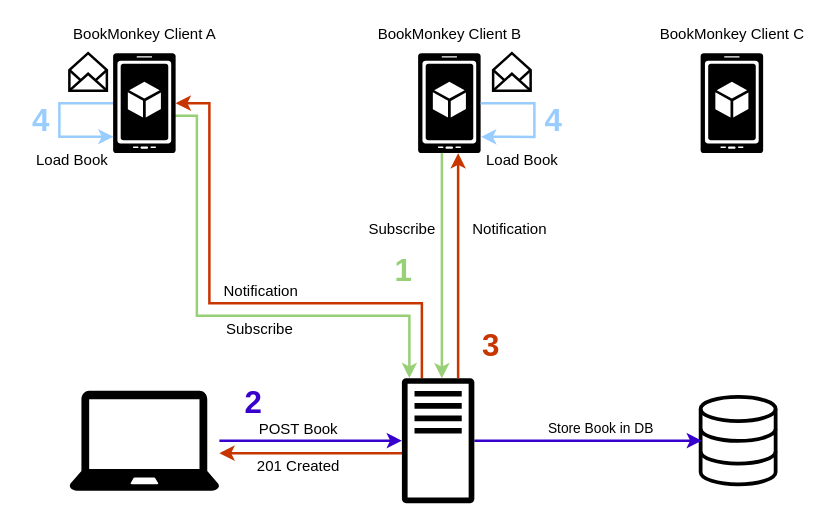
Before: blog/2019-07-progressive-web-app/pwa-notification-flow.drawio in angular-buch/website-articles, a draw.io diagram. Source tidied: cells renumbered, new cells numbered last; positions are measured from the earlier drawing's top-left corner, leaving out a move shared by most shapes. Both pictures are drawn from the tidied source at 125%, with x=0, y=0 at pixel (21, 21).
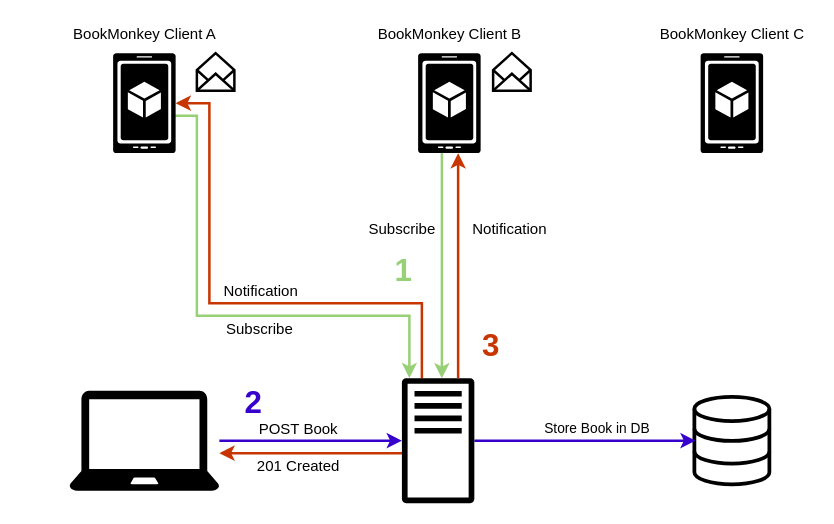
The same page after the edit.

Unchanged cells that the change refers to:
```xml
<mxCell id="18" style="shadow=0;dashed=0;html=1;strokeColor=none;labelPosition=center;verticalLabelPosition=bottom;verticalAlign=top;align=center;shape=mxgraph.mscae.cloud.mobile_app;fillColor=#000000;" parent="1" vertex="1">
  <mxGeometry x="317" y="25" width="50" height="80" as="geometry" />
</mxCell>
```

Change to the diagram source:
```diff
@@
     <mxCell id="4" style="html=1;verticalLabelPosition=bottom;align=center;labelBackgroundColor=#ffffff;verticalAlign=top;strokeWidth=3;strokeColor=#000000;fillColor=#ffffff;shadow=0;dashed=0;shape=mxgraph.ios7.icons.data;" parent="1" vertex="1">
-      <mxGeometry x="543" y="300" width="60" height="70" as="geometry" />
+      <mxGeometry x="538" y="300" width="60" height="70" as="geometry" />
     </mxCell>
@@
     <mxCell id="23" style="html=1;verticalLabelPosition=bottom;align=center;labelBackgroundColor=#ffffff;verticalAlign=top;strokeWidth=2;strokeColor=#000000;fillColor=#ffffff;shadow=0;dashed=0;shape=mxgraph.ios7.icons.envelope_(empty);" parent="1" vertex="1">
-      <mxGeometry x="38" y="25" width="30" height="30" as="geometry" />
+      <mxGeometry x="140" y="25" width="30" height="30" as="geometry" />
     </mxCell>
@@
+    <mxCell id="32" style="shadow=0;dashed=0;html=1;strokeColor=none;labelPosition=center;verticalLabelPosition=bottom;verticalAlign=top;align=center;shape=mxgraph.mscae.cloud.mobile_app;fillColor=#000000;" parent="1" vertex="1">
+      <mxGeometry x="73" y="25" width="50" height="80" as="geometry" />
+    </mxCell>
@@
-    <mxCell id="28" style="edgeStyle=orthogonalEdgeStyle;rounded=0;orthogonalLoop=1;jettySize=auto;html=1;entryX=1.007;entryY=0.837;entryDx=0;entryDy=0;entryPerimeter=0;startArrow=none;startFill=0;endArrow=classic;endFill=1;strokeColor=#99CCFF;strokeWidth=2;fontSize=25;fontColor=#000000;exitX=1;exitY=0.5;exitDx=0;exitDy=0;exitPerimeter=0;" parent="1" edge="1" source="18" target="18">
-      <mxGeometry relative="1" as="geometry">
-        <Array as="points">
-          <mxPoint x="410" y="65" />
-          <mxPoint x="410" y="92" />
-        </Array>
-      </mxGeometry>
-    </mxCell>
-    <mxCell id="29" value="&lt;font style=&quot;font-size: 12px&quot; color=&quot;#000000&quot;&gt;Load Book&lt;br&gt;&lt;/font&gt;" style="text;html=1;align=center;verticalAlign=middle;labelBackgroundColor=none;fontSize=25;fontColor=#99CCFF;" parent="28" vertex="1">
-      <mxGeometry x="0.52" y="3" relative="1" as="geometry">
-        <mxPoint x="6" y="10" as="offset" />
-      </mxGeometry>
-    </mxCell>
-    <mxCell id="30" value="&lt;font&gt;4&lt;/font&gt;" style="text;html=1;align=center;verticalAlign=middle;spacingTop=-4;fontSize=25;fontStyle=1;fontColor=#99CCFF;" parent="1" vertex="1">
-      <mxGeometry x="410" y="65" width="30" height="30" as="geometry" />
-    </mxCell>
-    <mxCell id="31" style="edgeStyle=orthogonalEdgeStyle;rounded=0;orthogonalLoop=1;jettySize=auto;html=1;entryX=1.007;entryY=0.837;entryDx=0;entryDy=0;entryPerimeter=0;startArrow=none;startFill=0;endArrow=classic;endFill=1;strokeColor=#99CCFF;strokeWidth=2;fontSize=25;fontColor=#000000;exitX=1;exitY=0.5;exitDx=0;exitDy=0;exitPerimeter=0;" parent="1" edge="1">
-      <mxGeometry relative="1" as="geometry">
-        <mxPoint x="73.3" y="65" as="sourcePoint" />
-        <mxPoint x="73.3" y="91.9" as="targetPoint" />
-        <Array as="points">
-          <mxPoint x="30" y="65" />
-          <mxPoint x="30" y="92" />
-        </Array>
-      </mxGeometry>
-    </mxCell>
-    <mxCell id="32" style="shadow=0;dashed=0;html=1;strokeColor=none;labelPosition=center;verticalLabelPosition=bottom;verticalAlign=top;align=center;shape=mxgraph.mscae.cloud.mobile_app;fillColor=#000000;" parent="1" vertex="1">
-      <mxGeometry x="73" y="25" width="50" height="80" as="geometry" />
-    </mxCell>
-    <mxCell id="33" value="&lt;font&gt;4&lt;/font&gt;" style="text;html=1;align=center;verticalAlign=middle;spacingTop=-4;fontSize=25;fontStyle=1;fontColor=#99CCFF;" parent="1" vertex="1">
-      <mxGeometry y="65" width="30" height="30" as="geometry" />
-    </mxCell>
-    <mxCell id="34" value="&lt;font style=&quot;font-size: 12px&quot; color=&quot;#000000&quot;&gt;Load Book&lt;br&gt;&lt;/font&gt;" style="text;html=1;align=center;verticalAlign=middle;labelBackgroundColor=none;fontSize=25;fontColor=#99CCFF;" parent="1" vertex="1">
-      <mxGeometry x="33.2" y="94.9" as="geometry">
-        <mxPoint x="6" y="10" as="offset" />
-      </mxGeometry>
-    </mxCell>
```
